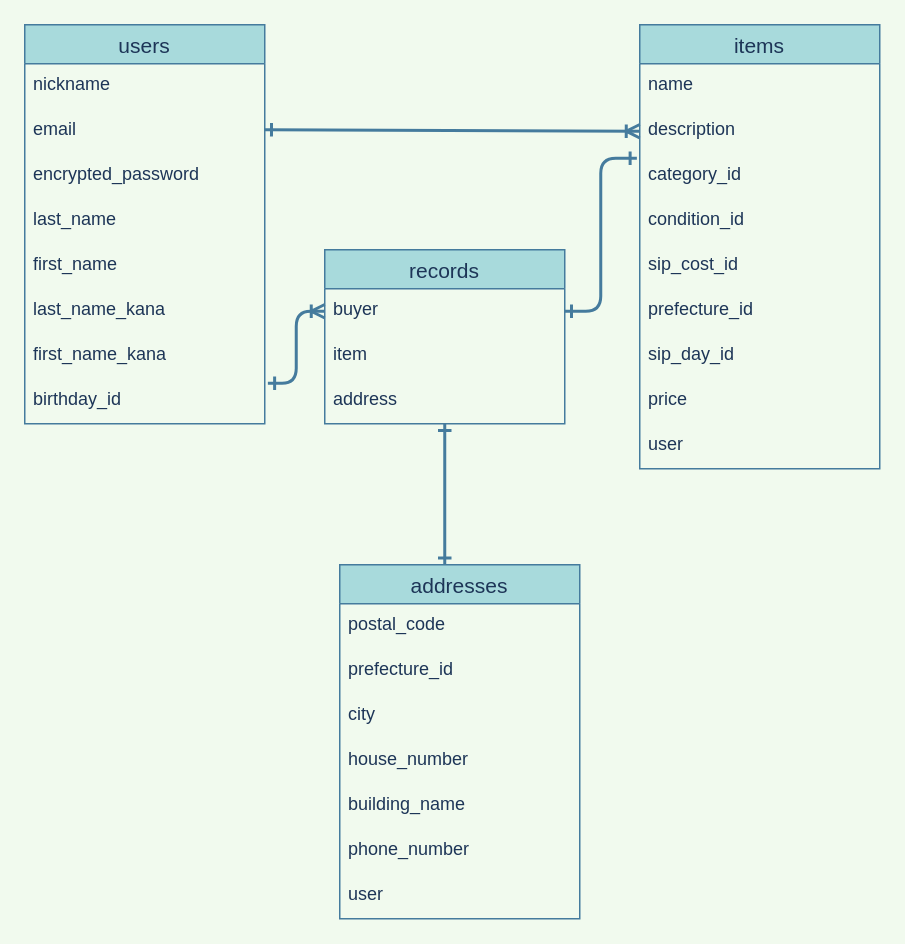
Above: furima.dio in mita-youko/furima-35815 (draw.io), before the change. Source tidied: cells renumbered, new cells numbered last; positions are measured from the earlier drawing's top-left corner, leaving out a move shared by most shapes. Both pictures are drawn from the tidied source at 150%, with x=0, y=0 at pixel (24, 24).
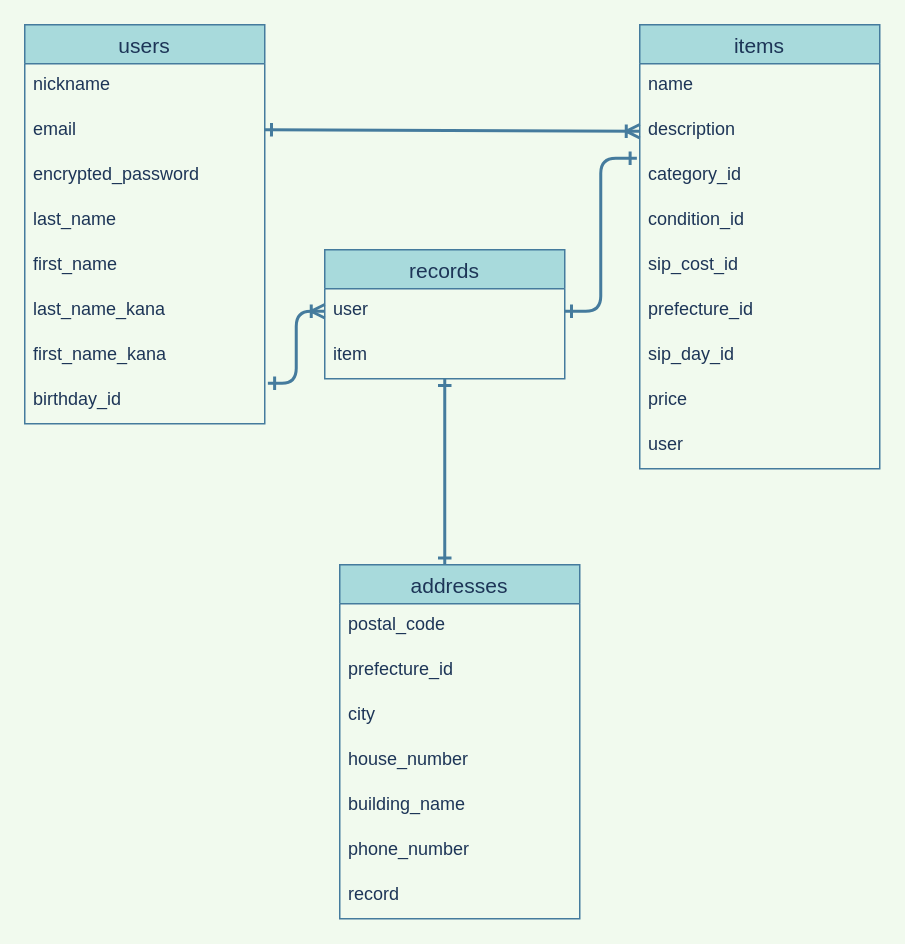
The same diagram, later.

The change refers to these unchanged cells:
```xml
<mxCell id="26" value="addresses" style="swimlane;fontStyle=0;horizontal=1;startSize=26;align=center;fontSize=14;fillColor=#A8DADC;strokeColor=#457B9D;fontColor=#1D3557;" parent="1" vertex="1">
  <mxGeometry x="210" y="360" width="160" height="236" as="geometry" />
</mxCell>
```

Change to the diagram source:
```diff
@@
     <mxCell id="22" value="records" style="swimlane;fontStyle=0;horizontal=1;startSize=26;align=center;fontSize=14;fillColor=#A8DADC;strokeColor=#457B9D;fontColor=#1D3557;" parent="1" vertex="1">
-      <mxGeometry x="200" y="150" width="160" height="116" as="geometry" />
+      <mxGeometry x="200" y="150" width="160" height="86" as="geometry" />
     </mxCell>
-    <mxCell id="23" value="buyer" style="text;strokeColor=none;fillColor=none;spacingLeft=4;spacingRight=4;overflow=hidden;points=[[0,0.5],[1,0.5]];portConstraint=eastwest;fontSize=12;fontColor=#1D3557;" parent="22" vertex="1">
+    <mxCell id="23" value="user&#10;" style="text;strokeColor=none;fillColor=none;spacingLeft=4;spacingRight=4;overflow=hidden;points=[[0,0.5],[1,0.5]];portConstraint=eastwest;fontSize=12;fontColor=#1D3557;" parent="22" vertex="1">
       <mxGeometry y="26" width="160" height="30" as="geometry" />
     </mxCell>
@@
-    <mxCell id="25" value="address" style="text;strokeColor=none;fillColor=none;spacingLeft=4;spacingRight=4;overflow=hidden;fontSize=12;fontColor=#1D3557;" parent="22" vertex="1">
-      <mxGeometry y="86" width="160" height="30" as="geometry" />
-    </mxCell>
@@
-    <mxCell id="33" value="user" style="text;strokeColor=none;fillColor=none;spacingLeft=4;spacingRight=4;overflow=hidden;fontSize=12;fontColor=#1D3557;" parent="26" vertex="1">
+    <mxCell id="33" value="record" style="text;strokeColor=none;fillColor=none;spacingLeft=4;spacingRight=4;overflow=hidden;fontSize=12;fontColor=#1D3557;" parent="26" vertex="1">
       <mxGeometry y="206" width="160" height="30" as="geometry" />
     </mxCell>
```
